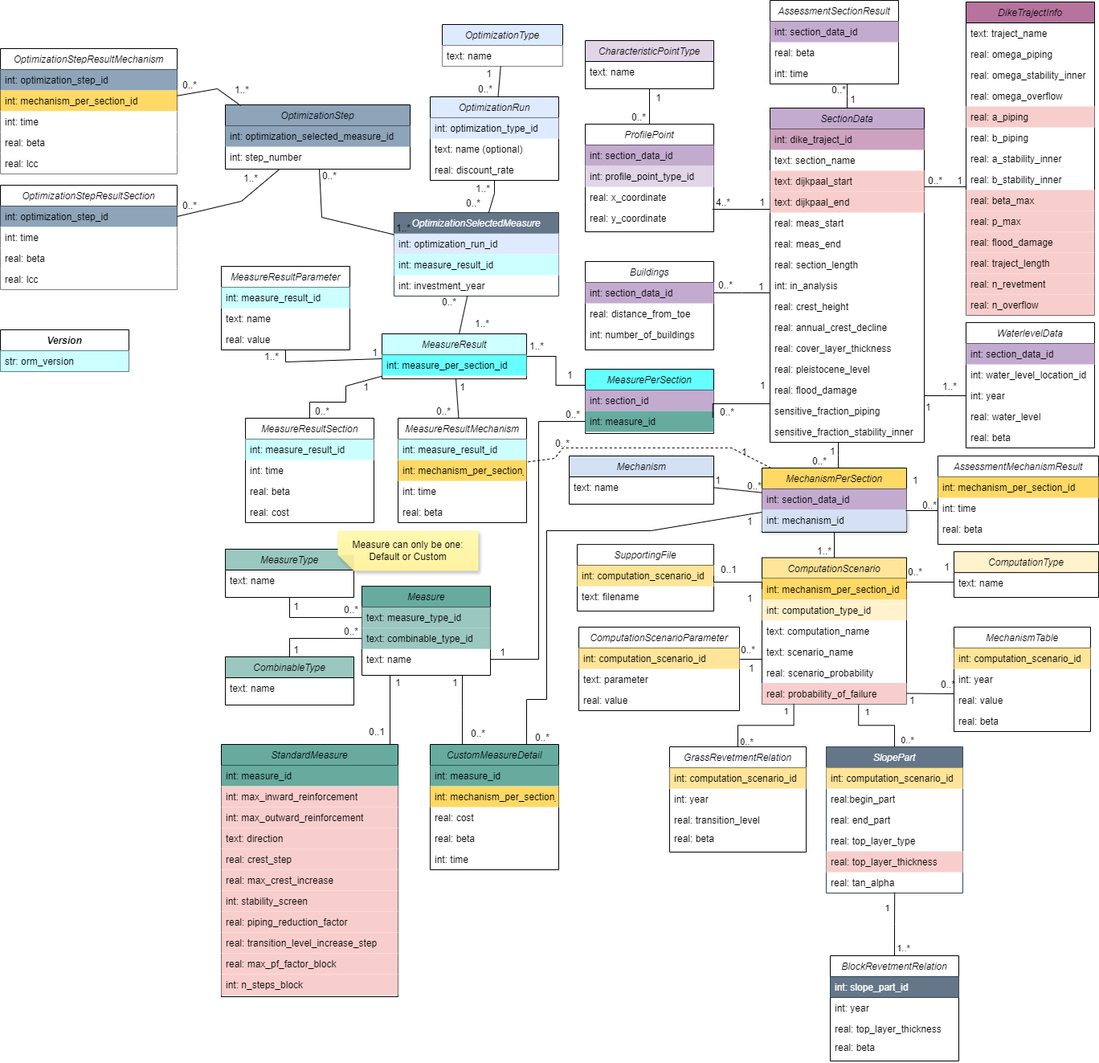
Above: docs/db_diagram/vrtool_sql_input.drawio.png in Deltares/Veiligheidsrendement (draw.io), before the change. Source tidied: cells renumbered, new cells last; positions are measured from the earlier drawing's top-left corner, leaving out a move shared by most shapes.
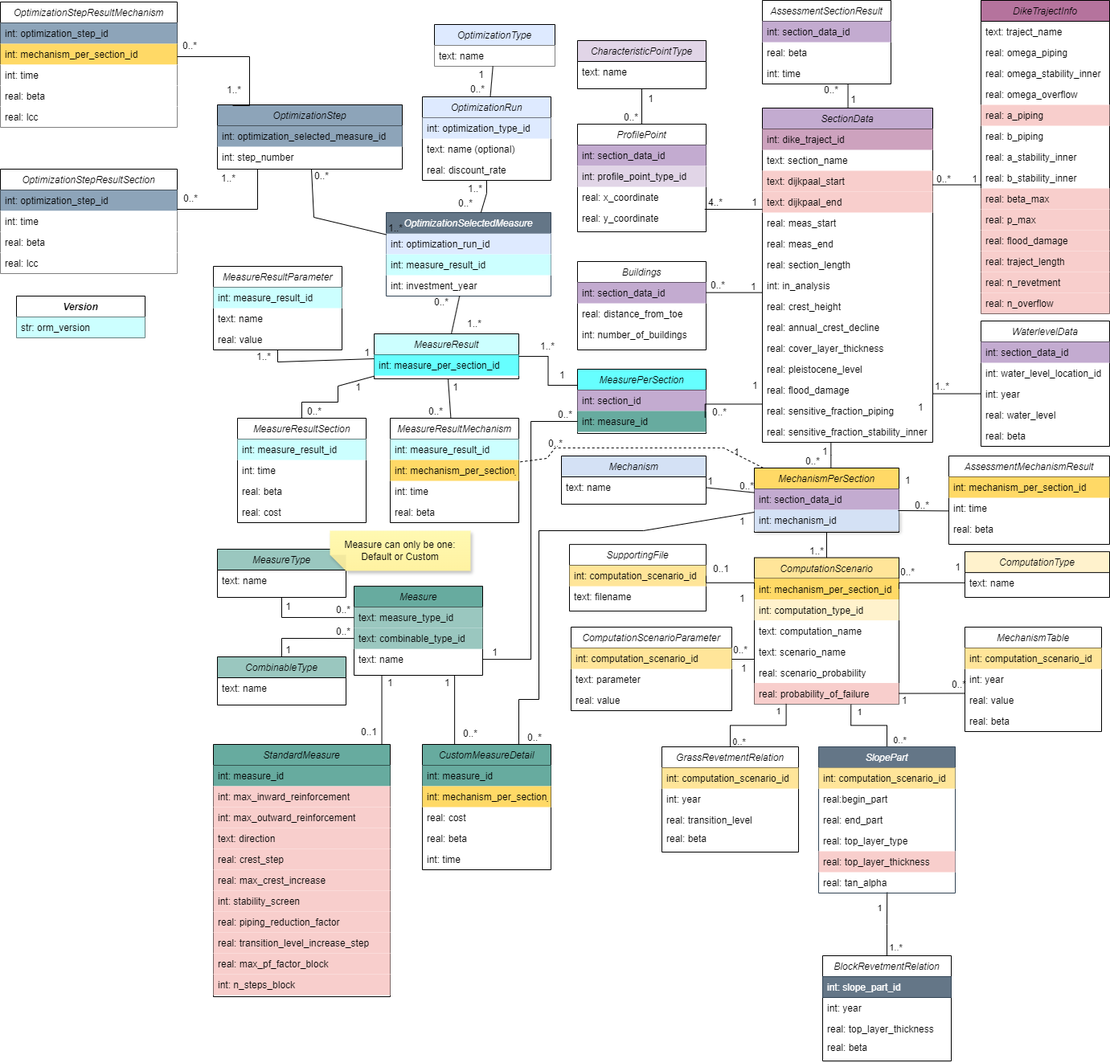
The same diagram one commit later.

Change to the diagram source:
```diff
@@ -3,52 +3,52 @@
     <mxCell id="0" />
     <mxCell id="1" parent="0" />
     <mxCell id="2" value="SectionData" style="swimlane;fontStyle=2;align=center;verticalAlign=top;horizontal=1;startSize=26;rounded=0;shadow=0;strokeWidth=1;fillColor=#C3ABD0;" parent="1" vertex="1">
-      <mxGeometry x="958" y="134" width="192" height="416" as="geometry" />
+      <mxGeometry x="958" y="134" width="212" height="416" as="geometry" />
     </mxCell>
     <mxCell id="3" value="int: dike_traject_id" style="text;align=left;verticalAlign=top;spacingLeft=4;spacingRight=4;overflow=hidden;fillColor=#CDA2BE;" parent="2" vertex="1">
-      <mxGeometry y="26" width="192" height="26" as="geometry" />
+      <mxGeometry y="26" width="212" height="26" as="geometry" />
     </mxCell>
     <mxCell id="4" value="text: section_name" style="text;align=left;verticalAlign=top;spacingLeft=4;spacingRight=4;overflow=hidden;rounded=0;shadow=0;html=0;" parent="2" vertex="1">
-      <mxGeometry y="52" width="192" height="26" as="geometry" />
+      <mxGeometry y="52" width="212" height="26" as="geometry" />
     </mxCell>
     <mxCell id="5" value="text: dijkpaal_start" style="text;align=left;verticalAlign=top;spacingLeft=4;spacingRight=4;overflow=hidden;rounded=0;shadow=0;html=0;fillColor=#F8CECC;" parent="2" vertex="1">
-      <mxGeometry y="78" width="192" height="26" as="geometry" />
+      <mxGeometry y="78" width="212" height="26" as="geometry" />
     </mxCell>
     <mxCell id="6" value="text: dijkpaal_end" style="text;align=left;verticalAlign=top;spacingLeft=4;spacingRight=4;overflow=hidden;rounded=0;shadow=0;html=0;fillColor=#F8CECC;" parent="2" vertex="1">
-      <mxGeometry y="104" width="192" height="26" as="geometry" />
+      <mxGeometry y="104" width="212" height="26" as="geometry" />
     </mxCell>
     <mxCell id="7" value="real: meas_start" style="text;align=left;verticalAlign=top;spacingLeft=4;spacingRight=4;overflow=hidden;rounded=0;shadow=0;html=0;" parent="2" vertex="1">
-      <mxGeometry y="130" width="192" height="26" as="geometry" />
+      <mxGeometry y="130" width="212" height="26" as="geometry" />
     </mxCell>
     <mxCell id="8" value="real: meas_end" style="text;align=left;verticalAlign=top;spacingLeft=4;spacingRight=4;overflow=hidden;rounded=0;shadow=0;html=0;" parent="2" vertex="1">
-      <mxGeometry y="156" width="192" height="26" as="geometry" />
+      <mxGeometry y="156" width="212" height="26" as="geometry" />
     </mxCell>
     <mxCell id="9" value="real: section_length" style="text;align=left;verticalAlign=top;spacingLeft=4;spacingRight=4;overflow=hidden;rounded=0;shadow=0;html=0;" parent="2" vertex="1">
-      <mxGeometry y="182" width="192" height="26" as="geometry" />
+      <mxGeometry y="182" width="212" height="26" as="geometry" />
     </mxCell>
     <mxCell id="10" value="int: in_analysis" style="text;align=left;verticalAlign=top;spacingLeft=4;spacingRight=4;overflow=hidden;rounded=0;shadow=0;html=0;" parent="2" vertex="1">
-      <mxGeometry y="208" width="192" height="26" as="geometry" />
+      <mxGeometry y="208" width="212" height="26" as="geometry" />
     </mxCell>
     <mxCell id="11" value="real: crest_height" style="text;align=left;verticalAlign=top;spacingLeft=4;spacingRight=4;overflow=hidden;rounded=0;shadow=0;html=0;" parent="2" vertex="1">
-      <mxGeometry y="234" width="192" height="26" as="geometry" />
+      <mxGeometry y="234" width="212" height="26" as="geometry" />
     </mxCell>
     <mxCell id="12" value="real: annual_crest_decline" style="text;align=left;verticalAlign=top;spacingLeft=4;spacingRight=4;overflow=hidden;rounded=0;shadow=0;html=0;" parent="2" vertex="1">
-      <mxGeometry y="260" width="192" height="26" as="geometry" />
+      <mxGeometry y="260" width="212" height="26" as="geometry" />
     </mxCell>
     <mxCell id="13" value="real: cover_layer_thickness" style="text;align=left;verticalAlign=top;spacingLeft=4;spacingRight=4;overflow=hidden;rounded=0;shadow=0;html=0;" parent="2" vertex="1">
-      <mxGeometry y="286" width="192" height="26" as="geometry" />
+      <mxGeometry y="286" width="212" height="26" as="geometry" />
     </mxCell>
     <mxCell id="14" value="real: pleistocene_level" style="text;align=left;verticalAlign=top;spacingLeft=4;spacingRight=4;overflow=hidden;rounded=0;shadow=0;html=0;" parent="2" vertex="1">
-      <mxGeometry y="312" width="192" height="26" as="geometry" />
+      <mxGeometry y="312" width="212" height="26" as="geometry" />
     </mxCell>
     <mxCell id="15" value="real: flood_damage" style="text;align=left;verticalAlign=top;spacingLeft=4;spacingRight=4;overflow=hidden;points=[[0,0.5],[1,0.5]];portConstraint=eastwest;rounded=0;shadow=0;html=0;" parent="2" vertex="1">
-      <mxGeometry y="338" width="192" height="26" as="geometry" />
+      <mxGeometry y="338" width="212" height="26" as="geometry" />
     </mxCell>
-    <mxCell id="16" value="sensitive_fraction_piping" style="text;align=left;verticalAlign=top;spacingLeft=4;spacingRight=4;overflow=hidden;rounded=0;shadow=0;html=0;" parent="2" vertex="1">
-      <mxGeometry y="364" width="192" height="26" as="geometry" />
+    <mxCell id="16" value="real: sensitive_fraction_piping" style="text;align=left;verticalAlign=top;spacingLeft=4;spacingRight=4;overflow=hidden;rounded=0;shadow=0;html=0;" parent="2" vertex="1">
+      <mxGeometry y="364" width="212" height="26" as="geometry" />
     </mxCell>
-    <mxCell id="17" value="sensitive_fraction_stability_inner" style="text;align=left;verticalAlign=top;spacingLeft=4;spacingRight=4;overflow=hidden;rounded=0;shadow=0;html=0;" parent="2" vertex="1">
-      <mxGeometry y="390" width="192" height="26" as="geometry" />
+    <mxCell id="17" value="real: sensitive_fraction_stability_inner" style="text;align=left;verticalAlign=top;spacingLeft=4;spacingRight=4;overflow=hidden;rounded=0;shadow=0;html=0;" parent="2" vertex="1">
+      <mxGeometry y="390" width="212" height="26" as="geometry" />
     </mxCell>
     <mxCell id="18" value="Buildings" style="swimlane;fontStyle=2;align=center;verticalAlign=top;horizontal=1;startSize=26;rounded=0;shadow=0;strokeWidth=1;" parent="1" vertex="1">
       <mxGeometry x="728" y="325" width="160" height="110" as="geometry" />
@@ -90,7 +90,7 @@
       <mxGeometry y="104" width="160" height="26" as="geometry" />
     </mxCell>
     <mxCell id="31" value="MechanismTable" style="swimlane;fontStyle=2;align=center;verticalAlign=top;horizontal=1;startSize=26;rounded=0;shadow=0;strokeWidth=1;fillColor=none;" parent="1" vertex="1">
-      <mxGeometry x="1187" y="780" width="170" height="130" as="geometry" />
+      <mxGeometry x="1210" y="780" width="170" height="130" as="geometry" />
     </mxCell>
     <mxCell id="32" value="int: computation_scenario_id" style="text;align=left;verticalAlign=top;spacingLeft=4;spacingRight=4;overflow=hidden;rounded=0;shadow=0;html=0;fillColor=#FFE599;" parent="31" vertex="1">
       <mxGeometry y="26" width="170" height="26" as="geometry" />
@@ -123,7 +123,7 @@
       <mxGeometry y="52" width="160" height="26" as="geometry" />
     </mxCell>
     <mxCell id="42" value="WaterlevelData" style="swimlane;fontStyle=2;align=center;verticalAlign=top;horizontal=1;startSize=26;rounded=0;shadow=0;strokeWidth=1;" parent="1" vertex="1">
-      <mxGeometry x="1202" y="401" width="160" height="156" as="geometry" />
+      <mxGeometry x="1230" y="399" width="160" height="156" as="geometry" />
     </mxCell>
     <mxCell id="43" value="int: section_data_id" style="text;align=left;verticalAlign=top;spacingLeft=4;spacingRight=4;overflow=hidden;fillColor=#C3ABD0;" parent="42" vertex="1">
       <mxGeometry y="26" width="160" height="26" as="geometry" />
@@ -298,7 +298,7 @@
       </mxGeometry>
     </mxCell>
     <mxCell id="88" value="ComputationType" style="swimlane;fontStyle=2;align=center;verticalAlign=top;horizontal=1;startSize=26;rounded=0;shadow=0;strokeWidth=1;fillColor=#FFF2CC;" parent="1" vertex="1">
-      <mxGeometry x="1187" y="686.1" width="180" height="56.9" as="geometry" />
+      <mxGeometry x="1210" y="686.1" width="180" height="56.9" as="geometry" />
     </mxCell>
     <mxCell id="89" value="text: name" style="text;align=left;verticalAlign=top;spacingLeft=4;spacingRight=4;overflow=hidden;points=[[0,0.5],[1,0.5]];portConstraint=eastwest;rounded=0;shadow=0;html=0;" parent="88" vertex="1">
       <mxGeometry y="26" width="180" height="26" as="geometry" />
@@ -479,7 +479,7 @@
       <mxGeometry x="420" y="660" width="175" height="50" as="geometry" />
     </mxCell>
     <mxCell id="134" value="DikeTrajectInfo" style="swimlane;fontStyle=2;align=center;verticalAlign=top;horizontal=1;startSize=26;rounded=0;shadow=0;strokeWidth=1;fillColor=#B5739D;" parent="1" vertex="1">
-      <mxGeometry x="1202" y="2" width="160" height="390" as="geometry" />
+      <mxGeometry x="1230" width="160" height="390" as="geometry" />
     </mxCell>
     <mxCell id="135" value="text: traject_name" style="text;align=left;verticalAlign=top;spacingLeft=4;spacingRight=4;overflow=hidden;fillColor=none;" parent="134" vertex="1">
       <mxGeometry y="26" width="160" height="26" as="geometry" />
@@ -694,7 +694,7 @@
       </mxGeometry>
     </mxCell>
     <mxCell id="195" value="AssessmentMechanismResult" style="swimlane;fontStyle=2;align=center;verticalAlign=top;horizontal=1;startSize=26;rounded=0;shadow=0;strokeWidth=1;" parent="1" vertex="1">
-      <mxGeometry x="1167" y="567" width="200" height="110" as="geometry" />
+      <mxGeometry x="1190" y="567" width="200" height="110" as="geometry" />
     </mxCell>
     <mxCell id="196" value="int: mechanism_per_section_id" style="text;align=left;verticalAlign=top;spacingLeft=4;spacingRight=4;overflow=hidden;rounded=0;shadow=0;html=0;fillColor=#FFD966;" parent="195" vertex="1">
       <mxGeometry y="26" width="200" height="26" as="geometry" />
@@ -736,7 +736,7 @@
       </mxGeometry>
     </mxCell>
     <mxCell id="207" value="1..*" style="html=1;whiteSpace=wrap;align=right;verticalAlign=bottom;fillColor=none;" parent="1" vertex="1">
-      <mxGeometry x="1240" y="597" as="geometry">
+      <mxGeometry x="1263" y="597" as="geometry">
         <mxPoint x="-562" y="-158" as="offset" />
       </mxGeometry>
     </mxCell>
@@ -950,7 +950,7 @@
       </mxGeometry>
     </mxCell>
     <mxCell id="259" value="OptimizationStepResultMechanism" style="swimlane;fontStyle=2;align=center;verticalAlign=top;horizontal=1;startSize=26;rounded=0;shadow=0;strokeWidth=1;fillColor=#FFFFFF;" parent="1" vertex="1">
-      <mxGeometry y="60" width="220" height="156" as="geometry" />
+      <mxGeometry x="10" y="2" width="220" height="156" as="geometry" />
     </mxCell>
     <mxCell id="260" value="int: optimization_step_id" style="text;align=left;verticalAlign=top;spacingLeft=4;spacingRight=4;overflow=hidden;rounded=0;shadow=0;html=0;fillColor=#8da4b9;" parent="259" vertex="1">
       <mxGeometry y="26" width="220" height="26" as="geometry" />
@@ -967,10 +967,10 @@
     <mxCell id="264" value="real: lcc" style="text;align=left;verticalAlign=top;spacingLeft=4;spacingRight=4;overflow=hidden;rounded=0;shadow=0;html=0;fillColor=#FFFFFF;" parent="259" vertex="1">
       <mxGeometry y="130" width="220" height="26" as="geometry" />
     </mxCell>
-    <mxCell id="265" style="endArrow=none;html=1;rounded=0;exitX=0.083;exitY=0.012;exitDx=0;exitDy=0;exitPerimeter=0;" parent="1" edge="1" source="234" target="259">
+    <mxCell id="265" style="endArrow=none;html=1;rounded=0;exitX=0.083;exitY=0.012;exitDx=0;exitDy=0;exitPerimeter=0;edgeStyle=elbowEdgeStyle;" parent="1" edge="1" source="234" target="259">
       <mxGeometry relative="1" as="geometry">
         <Array as="points">
-          <mxPoint x="270" y="110" />
+          <mxPoint x="320" y="70" />
         </Array>
       </mxGeometry>
     </mxCell>
@@ -985,7 +985,7 @@
       </mxGeometry>
     </mxCell>
     <mxCell id="268" value="OptimizationStepResultSection" style="swimlane;fontStyle=2;align=center;verticalAlign=top;horizontal=1;startSize=26;rounded=0;shadow=0;strokeWidth=1;fillColor=#FFFFFF;" parent="1" vertex="1">
-      <mxGeometry y="230" width="220" height="130" as="geometry" />
+      <mxGeometry x="10" y="210" width="220" height="130" as="geometry" />
     </mxCell>
     <mxCell id="269" value="int: optimization_step_id" style="text;align=left;verticalAlign=top;spacingLeft=4;spacingRight=4;overflow=hidden;rounded=0;shadow=0;html=0;fillColor=#8da4b9;" parent="268" vertex="1">
       <mxGeometry y="26" width="220" height="26" as="geometry" />
@@ -999,10 +999,10 @@
     <mxCell id="272" value="real: lcc" style="text;align=left;verticalAlign=top;spacingLeft=4;spacingRight=4;overflow=hidden;rounded=0;shadow=0;html=0;fillColor=#FFFFFF;" parent="268" vertex="1">
       <mxGeometry y="104" width="220" height="26" as="geometry" />
     </mxCell>
-    <mxCell id="273" style="endArrow=none;html=1;rounded=0;" parent="1" edge="1" source="234" target="268">
+    <mxCell id="273" style="endArrow=none;html=1;rounded=0;edgeStyle=elbowEdgeStyle;" parent="1" edge="1" source="234" target="268">
       <mxGeometry relative="1" as="geometry">
         <Array as="points">
-          <mxPoint x="300" y="250" />
+          <mxPoint x="330" y="260" />
         </Array>
       </mxGeometry>
     </mxCell>
@@ -1017,7 +1017,7 @@
       </mxGeometry>
     </mxCell>
     <mxCell id="276" value="Version" style="swimlane;fontStyle=3;align=center;verticalAlign=top;horizontal=1;startSize=26;rounded=0;shadow=0;strokeWidth=1;fillColor=#FFFFFF;" parent="1" vertex="1">
-      <mxGeometry y="410" width="160" height="52" as="geometry" />
+      <mxGeometry x="30" y="368" width="160" height="52" as="geometry" />
     </mxCell>
     <mxCell id="277" value="str: orm_version" style="text;align=left;verticalAlign=top;spacingLeft=4;spacingRight=4;overflow=hidden;rounded=0;shadow=0;html=0;fillColor=#CCFFFF;" parent="276" vertex="1">
       <mxGeometry y="26" width="160" height="26" as="geometry" />
```
